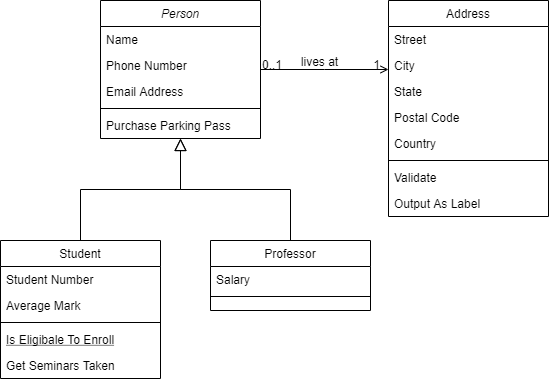
agentsquash/a2-nea keeps this draw.io diagram as docs/assets/ClassDiagram.png. Above is the earlier version. Source tidied: cells renumbered, new cells last; positions are measured from the earlier drawing's top-left corner, leaving out a move shared by most shapes. The source it was exported from:
```xml
<mxGraphModel>
  <root>
    <mxCell id="0" />
    <mxCell id="1" parent="0" />
    <mxCell id="2" value="Person" style="swimlane;fontStyle=2;align=center;verticalAlign=top;horizontal=1;startSize=26;rounded=0;shadow=0;strokeWidth=1;" parent="1" vertex="1">
      <mxGeometry x="100" width="160" height="138" as="geometry" />
    </mxCell>
    <mxCell id="3" value="Name" style="text;align=left;verticalAlign=top;spacingLeft=4;spacingRight=4;overflow=hidden;" parent="2" vertex="1">
      <mxGeometry y="26" width="160" height="26" as="geometry" />
    </mxCell>
    <mxCell id="4" value="Phone Number" style="text;align=left;verticalAlign=top;spacingLeft=4;spacingRight=4;overflow=hidden;rounded=0;shadow=0;html=0;" parent="2" vertex="1">
      <mxGeometry y="52" width="160" height="26" as="geometry" />
    </mxCell>
    <mxCell id="5" value="Email Address" style="text;align=left;verticalAlign=top;spacingLeft=4;spacingRight=4;overflow=hidden;rounded=0;shadow=0;html=0;" parent="2" vertex="1">
      <mxGeometry y="78" width="160" height="26" as="geometry" />
    </mxCell>
    <mxCell id="6" style="line;html=1;strokeWidth=1;align=left;verticalAlign=middle;spacingTop=-1;spacingLeft=3;spacingRight=3;labelPosition=right;" parent="2" vertex="1">
      <mxGeometry y="104" width="160" height="8" as="geometry" />
    </mxCell>
    <mxCell id="7" value="Purchase Parking Pass" style="text;align=left;verticalAlign=top;spacingLeft=4;spacingRight=4;overflow=hidden;" parent="2" vertex="1">
      <mxGeometry y="112" width="160" height="26" as="geometry" />
    </mxCell>
    <mxCell id="8" value="Student" style="swimlane;fontStyle=0;align=center;verticalAlign=top;horizontal=1;startSize=26;rounded=0;shadow=0;strokeWidth=1;" parent="1" vertex="1">
      <mxGeometry y="240" width="160" height="138" as="geometry" />
    </mxCell>
    <mxCell id="9" value="Student Number" style="text;align=left;verticalAlign=top;spacingLeft=4;spacingRight=4;overflow=hidden;" parent="8" vertex="1">
      <mxGeometry y="26" width="160" height="26" as="geometry" />
    </mxCell>
    <mxCell id="10" value="Average Mark" style="text;align=left;verticalAlign=top;spacingLeft=4;spacingRight=4;overflow=hidden;rounded=0;shadow=0;html=0;" parent="8" vertex="1">
      <mxGeometry y="52" width="160" height="26" as="geometry" />
    </mxCell>
    <mxCell id="11" style="line;html=1;strokeWidth=1;align=left;verticalAlign=middle;spacingTop=-1;spacingLeft=3;spacingRight=3;labelPosition=right;" parent="8" vertex="1">
      <mxGeometry y="78" width="160" height="8" as="geometry" />
    </mxCell>
    <mxCell id="12" value="Is Eligibale To Enroll" style="text;align=left;verticalAlign=top;spacingLeft=4;spacingRight=4;overflow=hidden;fontStyle=4;" parent="8" vertex="1">
      <mxGeometry y="86" width="160" height="26" as="geometry" />
    </mxCell>
    <mxCell id="13" value="Get Seminars Taken" style="text;align=left;verticalAlign=top;spacingLeft=4;spacingRight=4;overflow=hidden;" parent="8" vertex="1">
      <mxGeometry y="112" width="160" height="26" as="geometry" />
    </mxCell>
    <mxCell id="14" style="endArrow=block;endSize=10;endFill=0;shadow=0;strokeWidth=1;rounded=0;edgeStyle=elbowEdgeStyle;elbow=vertical;" parent="1" edge="1" source="8" target="2">
      <mxGeometry relative="1" as="geometry" />
    </mxCell>
    <mxCell id="15" value="Professor" style="swimlane;fontStyle=0;align=center;verticalAlign=top;horizontal=1;startSize=26;rounded=0;shadow=0;strokeWidth=1;" parent="1" vertex="1">
      <mxGeometry x="210" y="240" width="160" height="70" as="geometry" />
    </mxCell>
    <mxCell id="16" value="Salary" style="text;align=left;verticalAlign=top;spacingLeft=4;spacingRight=4;overflow=hidden;" parent="15" vertex="1">
      <mxGeometry y="26" width="160" height="26" as="geometry" />
    </mxCell>
    <mxCell id="17" style="line;html=1;strokeWidth=1;align=left;verticalAlign=middle;spacingTop=-1;spacingLeft=3;spacingRight=3;labelPosition=right;" parent="15" vertex="1">
      <mxGeometry y="52" width="160" height="8" as="geometry" />
    </mxCell>
    <mxCell id="18" style="endArrow=block;endSize=10;endFill=0;shadow=0;strokeWidth=1;rounded=0;edgeStyle=elbowEdgeStyle;elbow=vertical;" parent="1" edge="1" source="15" target="2">
      <mxGeometry relative="1" as="geometry" />
    </mxCell>
    <mxCell id="19" value="Address" style="swimlane;fontStyle=0;align=center;verticalAlign=top;horizontal=1;startSize=26;rounded=0;shadow=0;strokeWidth=1;" parent="1" vertex="1">
      <mxGeometry x="388" width="160" height="216" as="geometry" />
    </mxCell>
    <mxCell id="20" value="Street" style="text;align=left;verticalAlign=top;spacingLeft=4;spacingRight=4;overflow=hidden;" parent="19" vertex="1">
      <mxGeometry y="26" width="160" height="26" as="geometry" />
    </mxCell>
    <mxCell id="21" value="City" style="text;align=left;verticalAlign=top;spacingLeft=4;spacingRight=4;overflow=hidden;rounded=0;shadow=0;html=0;" parent="19" vertex="1">
      <mxGeometry y="52" width="160" height="26" as="geometry" />
    </mxCell>
    <mxCell id="22" value="State" style="text;align=left;verticalAlign=top;spacingLeft=4;spacingRight=4;overflow=hidden;rounded=0;shadow=0;html=0;" parent="19" vertex="1">
      <mxGeometry y="78" width="160" height="26" as="geometry" />
    </mxCell>
    <mxCell id="23" value="Postal Code" style="text;align=left;verticalAlign=top;spacingLeft=4;spacingRight=4;overflow=hidden;rounded=0;shadow=0;html=0;" parent="19" vertex="1">
      <mxGeometry y="104" width="160" height="26" as="geometry" />
    </mxCell>
    <mxCell id="24" value="Country" style="text;align=left;verticalAlign=top;spacingLeft=4;spacingRight=4;overflow=hidden;rounded=0;shadow=0;html=0;" parent="19" vertex="1">
      <mxGeometry y="130" width="160" height="26" as="geometry" />
    </mxCell>
    <mxCell id="25" style="line;html=1;strokeWidth=1;align=left;verticalAlign=middle;spacingTop=-1;spacingLeft=3;spacingRight=3;labelPosition=right;" parent="19" vertex="1">
      <mxGeometry y="156" width="160" height="8" as="geometry" />
    </mxCell>
    <mxCell id="26" value="Validate" style="text;align=left;verticalAlign=top;spacingLeft=4;spacingRight=4;overflow=hidden;" parent="19" vertex="1">
      <mxGeometry y="164" width="160" height="26" as="geometry" />
    </mxCell>
    <mxCell id="27" value="Output As Label" style="text;align=left;verticalAlign=top;spacingLeft=4;spacingRight=4;overflow=hidden;" parent="19" vertex="1">
      <mxGeometry y="190" width="160" height="26" as="geometry" />
    </mxCell>
    <mxCell id="28" style="endArrow=open;shadow=0;strokeWidth=1;rounded=0;endFill=1;edgeStyle=elbowEdgeStyle;elbow=vertical;" parent="1" edge="1" source="2" target="19">
      <mxGeometry x="0.5" y="41" relative="1" as="geometry">
        <mxPoint x="-40" y="32" as="offset" />
      </mxGeometry>
    </mxCell>
    <mxCell id="29" value="0..1" style="align=left;verticalAlign=bottom;labelBackgroundColor=none;fontSize=12;" parent="28" vertex="1">
      <mxGeometry x="-1" relative="1" as="geometry">
        <mxPoint y="4" as="offset" />
      </mxGeometry>
    </mxCell>
    <mxCell id="30" value="1" style="align=right;verticalAlign=bottom;labelBackgroundColor=none;fontSize=12;" parent="28" vertex="1">
      <mxGeometry x="1" relative="1" as="geometry">
        <mxPoint x="-7" y="4" as="offset" />
      </mxGeometry>
    </mxCell>
    <mxCell id="31" value="lives at" style="text;html=1;align=center;verticalAlign=middle;labelBackgroundColor=none;rounded=0;shadow=0;strokeWidth=1;fontSize=12;" parent="28" vertex="1">
      <mxGeometry x="0.5" y="49" relative="1" as="geometry">
        <mxPoint x="-38" y="40" as="offset" />
      </mxGeometry>
    </mxCell>
  </root>
</mxGraphModel>
```
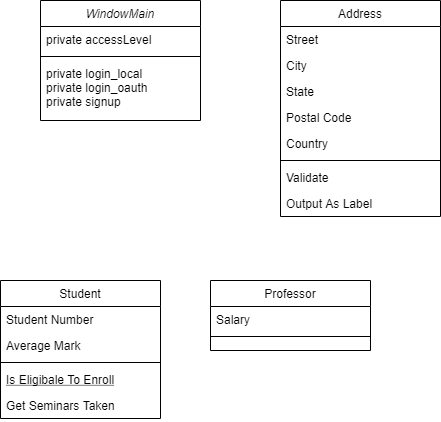
The same diagram one commit later.

Change to the diagram source:
```diff
@@ -2,23 +2,17 @@
   <root>
     <mxCell id="0" />
     <mxCell id="1" parent="0" />
-    <mxCell id="2" value="Person" style="swimlane;fontStyle=2;align=center;verticalAlign=top;horizontal=1;startSize=26;rounded=0;shadow=0;strokeWidth=1;" parent="1" vertex="1">
-      <mxGeometry x="100" width="160" height="138" as="geometry" />
+    <mxCell id="2" value="WindowMain" style="swimlane;fontStyle=2;align=center;verticalAlign=top;horizontal=1;startSize=26;rounded=0;shadow=0;strokeWidth=1;" parent="1" vertex="1">
+      <mxGeometry x="40" y="-40" width="160" height="120" as="geometry" />
     </mxCell>
-    <mxCell id="3" value="Name" style="text;align=left;verticalAlign=top;spacingLeft=4;spacingRight=4;overflow=hidden;" parent="2" vertex="1">
+    <mxCell id="3" value="private accessLevel" style="text;align=left;verticalAlign=top;spacingLeft=4;spacingRight=4;overflow=hidden;" parent="2" vertex="1">
       <mxGeometry y="26" width="160" height="26" as="geometry" />
     </mxCell>
-    <mxCell id="4" value="Phone Number" style="text;align=left;verticalAlign=top;spacingLeft=4;spacingRight=4;overflow=hidden;rounded=0;shadow=0;html=0;" parent="2" vertex="1">
-      <mxGeometry y="52" width="160" height="26" as="geometry" />
-    </mxCell>
-    <mxCell id="5" value="Email Address" style="text;align=left;verticalAlign=top;spacingLeft=4;spacingRight=4;overflow=hidden;rounded=0;shadow=0;html=0;" parent="2" vertex="1">
-      <mxGeometry y="78" width="160" height="26" as="geometry" />
-    </mxCell>
     <mxCell id="6" style="line;html=1;strokeWidth=1;align=left;verticalAlign=middle;spacingTop=-1;spacingLeft=3;spacingRight=3;labelPosition=right;" parent="2" vertex="1">
-      <mxGeometry y="104" width="160" height="8" as="geometry" />
+      <mxGeometry y="52" width="160" height="8" as="geometry" />
     </mxCell>
-    <mxCell id="7" value="Purchase Parking Pass" style="text;align=left;verticalAlign=top;spacingLeft=4;spacingRight=4;overflow=hidden;" parent="2" vertex="1">
-      <mxGeometry y="112" width="160" height="26" as="geometry" />
+    <mxCell id="7" value="private login_local&#10;private login_oauth&#10;private signup" style="text;align=left;verticalAlign=top;spacingLeft=4;spacingRight=4;overflow=hidden;" parent="2" vertex="1">
+      <mxGeometry y="60" width="160" height="60" as="geometry" />
     </mxCell>
     <mxCell id="8" value="Student" style="swimlane;fontStyle=0;align=center;verticalAlign=top;horizontal=1;startSize=26;rounded=0;shadow=0;strokeWidth=1;" parent="1" vertex="1">
       <mxGeometry y="240" width="160" height="138" as="geometry" />
@@ -38,9 +32,6 @@
     <mxCell id="13" value="Get Seminars Taken" style="text;align=left;verticalAlign=top;spacingLeft=4;spacingRight=4;overflow=hidden;" parent="8" vertex="1">
       <mxGeometry y="112" width="160" height="26" as="geometry" />
     </mxCell>
-    <mxCell id="14" style="endArrow=block;endSize=10;endFill=0;shadow=0;strokeWidth=1;rounded=0;edgeStyle=elbowEdgeStyle;elbow=vertical;" parent="1" edge="1" source="8" target="2">
-      <mxGeometry relative="1" as="geometry" />
-    </mxCell>
     <mxCell id="15" value="Professor" style="swimlane;fontStyle=0;align=center;verticalAlign=top;horizontal=1;startSize=26;rounded=0;shadow=0;strokeWidth=1;" parent="1" vertex="1">
       <mxGeometry x="210" y="240" width="160" height="70" as="geometry" />
     </mxCell>
@@ -50,11 +41,8 @@
     <mxCell id="17" style="line;html=1;strokeWidth=1;align=left;verticalAlign=middle;spacingTop=-1;spacingLeft=3;spacingRight=3;labelPosition=right;" parent="15" vertex="1">
       <mxGeometry y="52" width="160" height="8" as="geometry" />
     </mxCell>
-    <mxCell id="18" style="endArrow=block;endSize=10;endFill=0;shadow=0;strokeWidth=1;rounded=0;edgeStyle=elbowEdgeStyle;elbow=vertical;" parent="1" edge="1" source="15" target="2">
-      <mxGeometry relative="1" as="geometry" />
-    </mxCell>
     <mxCell id="19" value="Address" style="swimlane;fontStyle=0;align=center;verticalAlign=top;horizontal=1;startSize=26;rounded=0;shadow=0;strokeWidth=1;" parent="1" vertex="1">
-      <mxGeometry x="388" width="160" height="216" as="geometry" />
+      <mxGeometry x="280" y="-40" width="160" height="216" as="geometry" />
     </mxCell>
     <mxCell id="20" value="Street" style="text;align=left;verticalAlign=top;spacingLeft=4;spacingRight=4;overflow=hidden;" parent="19" vertex="1">
       <mxGeometry y="26" width="160" height="26" as="geometry" />
@@ -80,25 +68,5 @@
     <mxCell id="27" value="Output As Label" style="text;align=left;verticalAlign=top;spacingLeft=4;spacingRight=4;overflow=hidden;" parent="19" vertex="1">
       <mxGeometry y="190" width="160" height="26" as="geometry" />
     </mxCell>
-    <mxCell id="28" style="endArrow=open;shadow=0;strokeWidth=1;rounded=0;endFill=1;edgeStyle=elbowEdgeStyle;elbow=vertical;" parent="1" edge="1" source="2" target="19">
-      <mxGeometry x="0.5" y="41" relative="1" as="geometry">
-        <mxPoint x="-40" y="32" as="offset" />
-      </mxGeometry>
-    </mxCell>
-    <mxCell id="29" value="0..1" style="align=left;verticalAlign=bottom;labelBackgroundColor=none;fontSize=12;" parent="28" vertex="1">
-      <mxGeometry x="-1" relative="1" as="geometry">
-        <mxPoint y="4" as="offset" />
-      </mxGeometry>
-    </mxCell>
-    <mxCell id="30" value="1" style="align=right;verticalAlign=bottom;labelBackgroundColor=none;fontSize=12;" parent="28" vertex="1">
-      <mxGeometry x="1" relative="1" as="geometry">
-        <mxPoint x="-7" y="4" as="offset" />
-      </mxGeometry>
-    </mxCell>
-    <mxCell id="31" value="lives at" style="text;html=1;align=center;verticalAlign=middle;labelBackgroundColor=none;rounded=0;shadow=0;strokeWidth=1;fontSize=12;" parent="28" vertex="1">
-      <mxGeometry x="0.5" y="49" relative="1" as="geometry">
-        <mxPoint x="-38" y="40" as="offset" />
-      </mxGeometry>
-    </mxCell>
   </root>
 </mxGraphModel>
```
